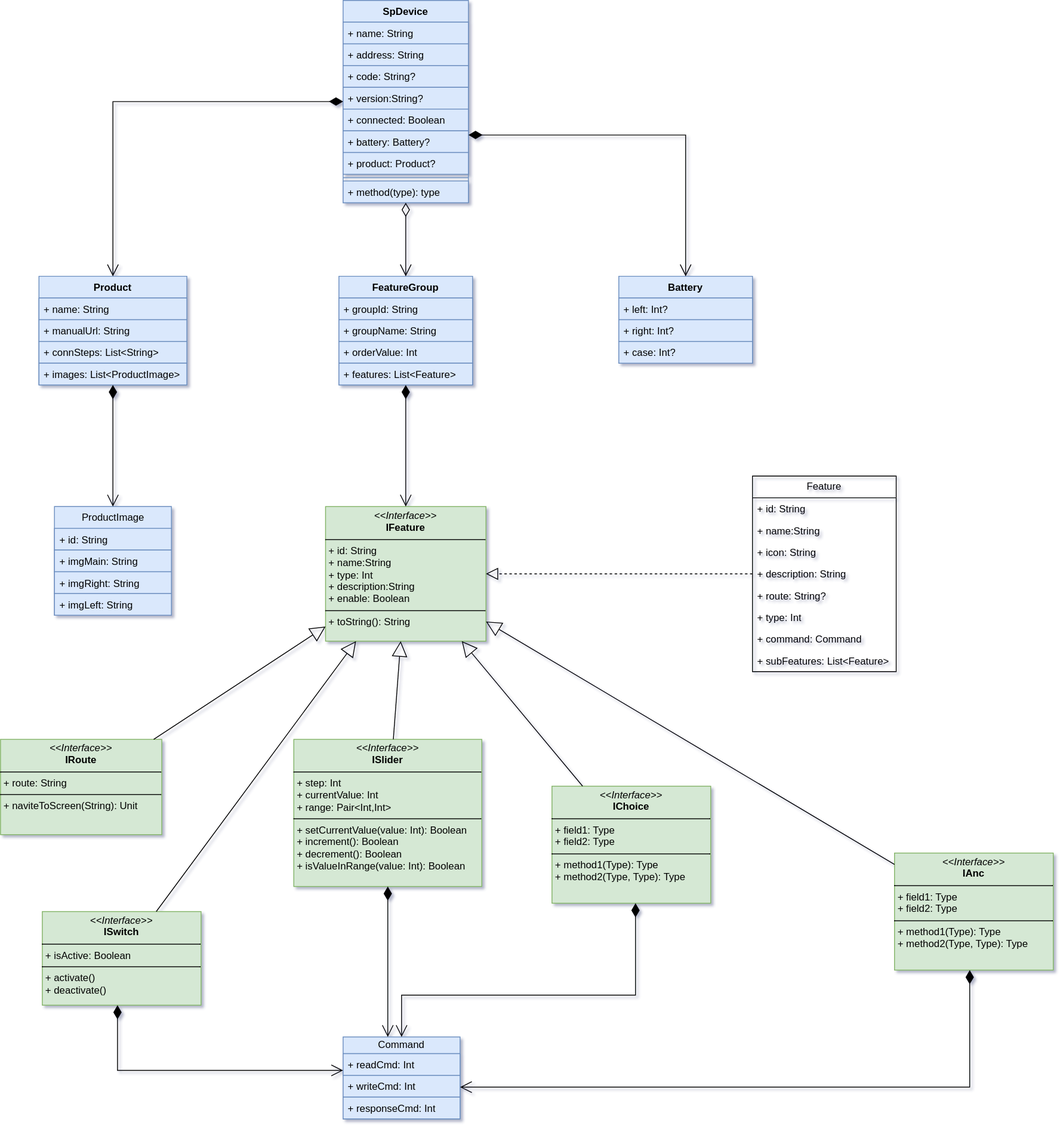
Before: sp-device.drawio.svg, a diagram exported from draw.io (kekemao00/draw-libs). Source tidied: cells renumbered, new cells last; positions are measured from the earlier drawing's top-left corner, leaving out a move shared by most shapes.
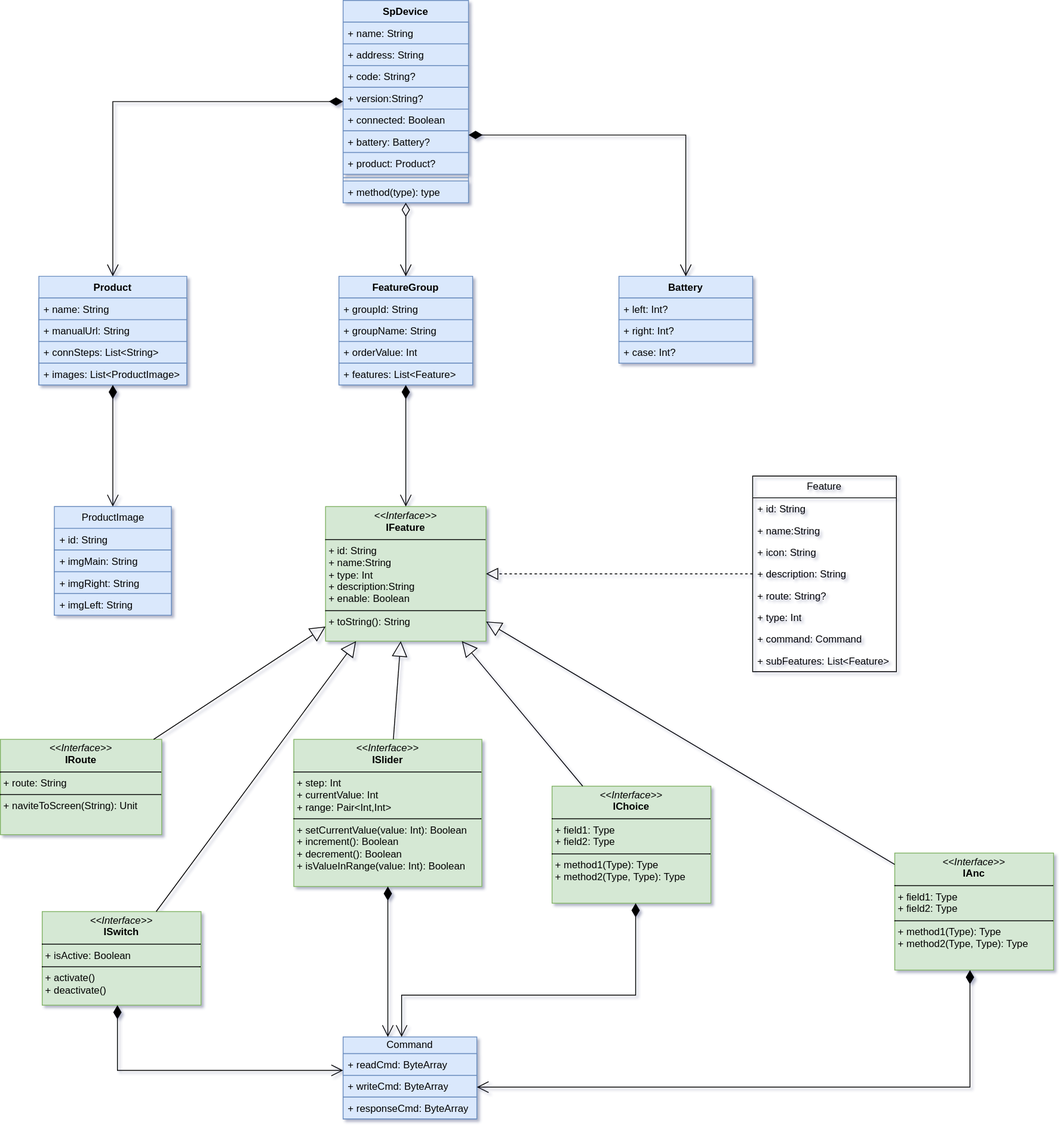
Later version of the same file.

The edit, as a diff of the source:
```diff
@@ -117,16 +117,16 @@
       <mxGeometry y="208" width="172" height="26" as="geometry" />
     </mxCell>
     <mxCell id="40" value="Command" style="swimlane;fontStyle=0;horizontal=1;startSize=20;fillColor=#dae8fc;whiteSpace=wrap;html=1;strokeColor=#6c8ebf;" parent="1" vertex="1">
-      <mxGeometry x="410" y="1240" width="140" height="98" as="geometry" />
+      <mxGeometry x="410" y="1240" width="160" height="98" as="geometry" />
     </mxCell>
-    <mxCell id="41" value="+ readCmd: Int" style="text;strokeColor=#6c8ebf;fillColor=#dae8fc;align=left;verticalAlign=top;spacingLeft=4;spacingRight=4;overflow=hidden;whiteSpace=wrap;html=1;" parent="40" vertex="1">
-      <mxGeometry y="20" width="140" height="26" as="geometry" />
+    <mxCell id="41" value="+ readCmd: ByteArray" style="text;strokeColor=#6c8ebf;fillColor=#dae8fc;align=left;verticalAlign=top;spacingLeft=4;spacingRight=4;overflow=hidden;whiteSpace=wrap;html=1;" parent="40" vertex="1">
+      <mxGeometry y="20" width="160" height="26" as="geometry" />
     </mxCell>
-    <mxCell id="42" value="+ writeCmd: Int" style="text;strokeColor=#6c8ebf;fillColor=#dae8fc;align=left;verticalAlign=top;spacingLeft=4;spacingRight=4;overflow=hidden;whiteSpace=wrap;html=1;" parent="40" vertex="1">
-      <mxGeometry y="46" width="140" height="26" as="geometry" />
+    <mxCell id="42" value="+ writeCmd: ByteArray" style="text;strokeColor=#6c8ebf;fillColor=#dae8fc;align=left;verticalAlign=top;spacingLeft=4;spacingRight=4;overflow=hidden;whiteSpace=wrap;html=1;" parent="40" vertex="1">
+      <mxGeometry y="46" width="160" height="26" as="geometry" />
     </mxCell>
-    <mxCell id="43" value="+ responseCmd: Int" style="text;strokeColor=#6c8ebf;fillColor=#dae8fc;align=left;verticalAlign=top;spacingLeft=4;spacingRight=4;overflow=hidden;whiteSpace=wrap;html=1;" parent="40" vertex="1">
-      <mxGeometry y="72" width="140" height="26" as="geometry" />
+    <mxCell id="43" value="+ responseCmd: ByteArray" style="text;strokeColor=#6c8ebf;fillColor=#dae8fc;align=left;verticalAlign=top;spacingLeft=4;spacingRight=4;overflow=hidden;whiteSpace=wrap;html=1;" parent="40" vertex="1">
+      <mxGeometry y="72" width="160" height="26" as="geometry" />
     </mxCell>
     <mxCell id="44" value="&lt;p style=&quot;margin:0px;margin-top:4px;text-align:center;&quot;&gt;&lt;i&gt;&amp;lt;&amp;lt;Interface&amp;gt;&amp;gt;&lt;/i&gt;&lt;br&gt;&lt;b&gt;IFeature&lt;/b&gt;&lt;/p&gt;&lt;hr size=&quot;1&quot; style=&quot;border-style:solid;&quot;&gt;&lt;p style=&quot;margin:0px;margin-left:4px;&quot;&gt;+ id: String&lt;br&gt;+ name:String&lt;br&gt;+ type: Int&lt;br&gt;+ description:String&lt;br&gt;+&amp;nbsp;enable: Boolean&lt;/p&gt;&lt;hr size=&quot;1&quot; style=&quot;border-style:solid;&quot;&gt;&lt;p style=&quot;margin:0px;margin-left:4px;&quot;&gt;+ toString(): String&lt;br&gt;&lt;/p&gt;" style="verticalAlign=top;align=left;overflow=fill;html=1;whiteSpace=wrap;fillColor=#d5e8d4;strokeColor=#82b366;" parent="1" vertex="1">
       <mxGeometry x="389" y="605.5" width="192" height="161" as="geometry" />
```
